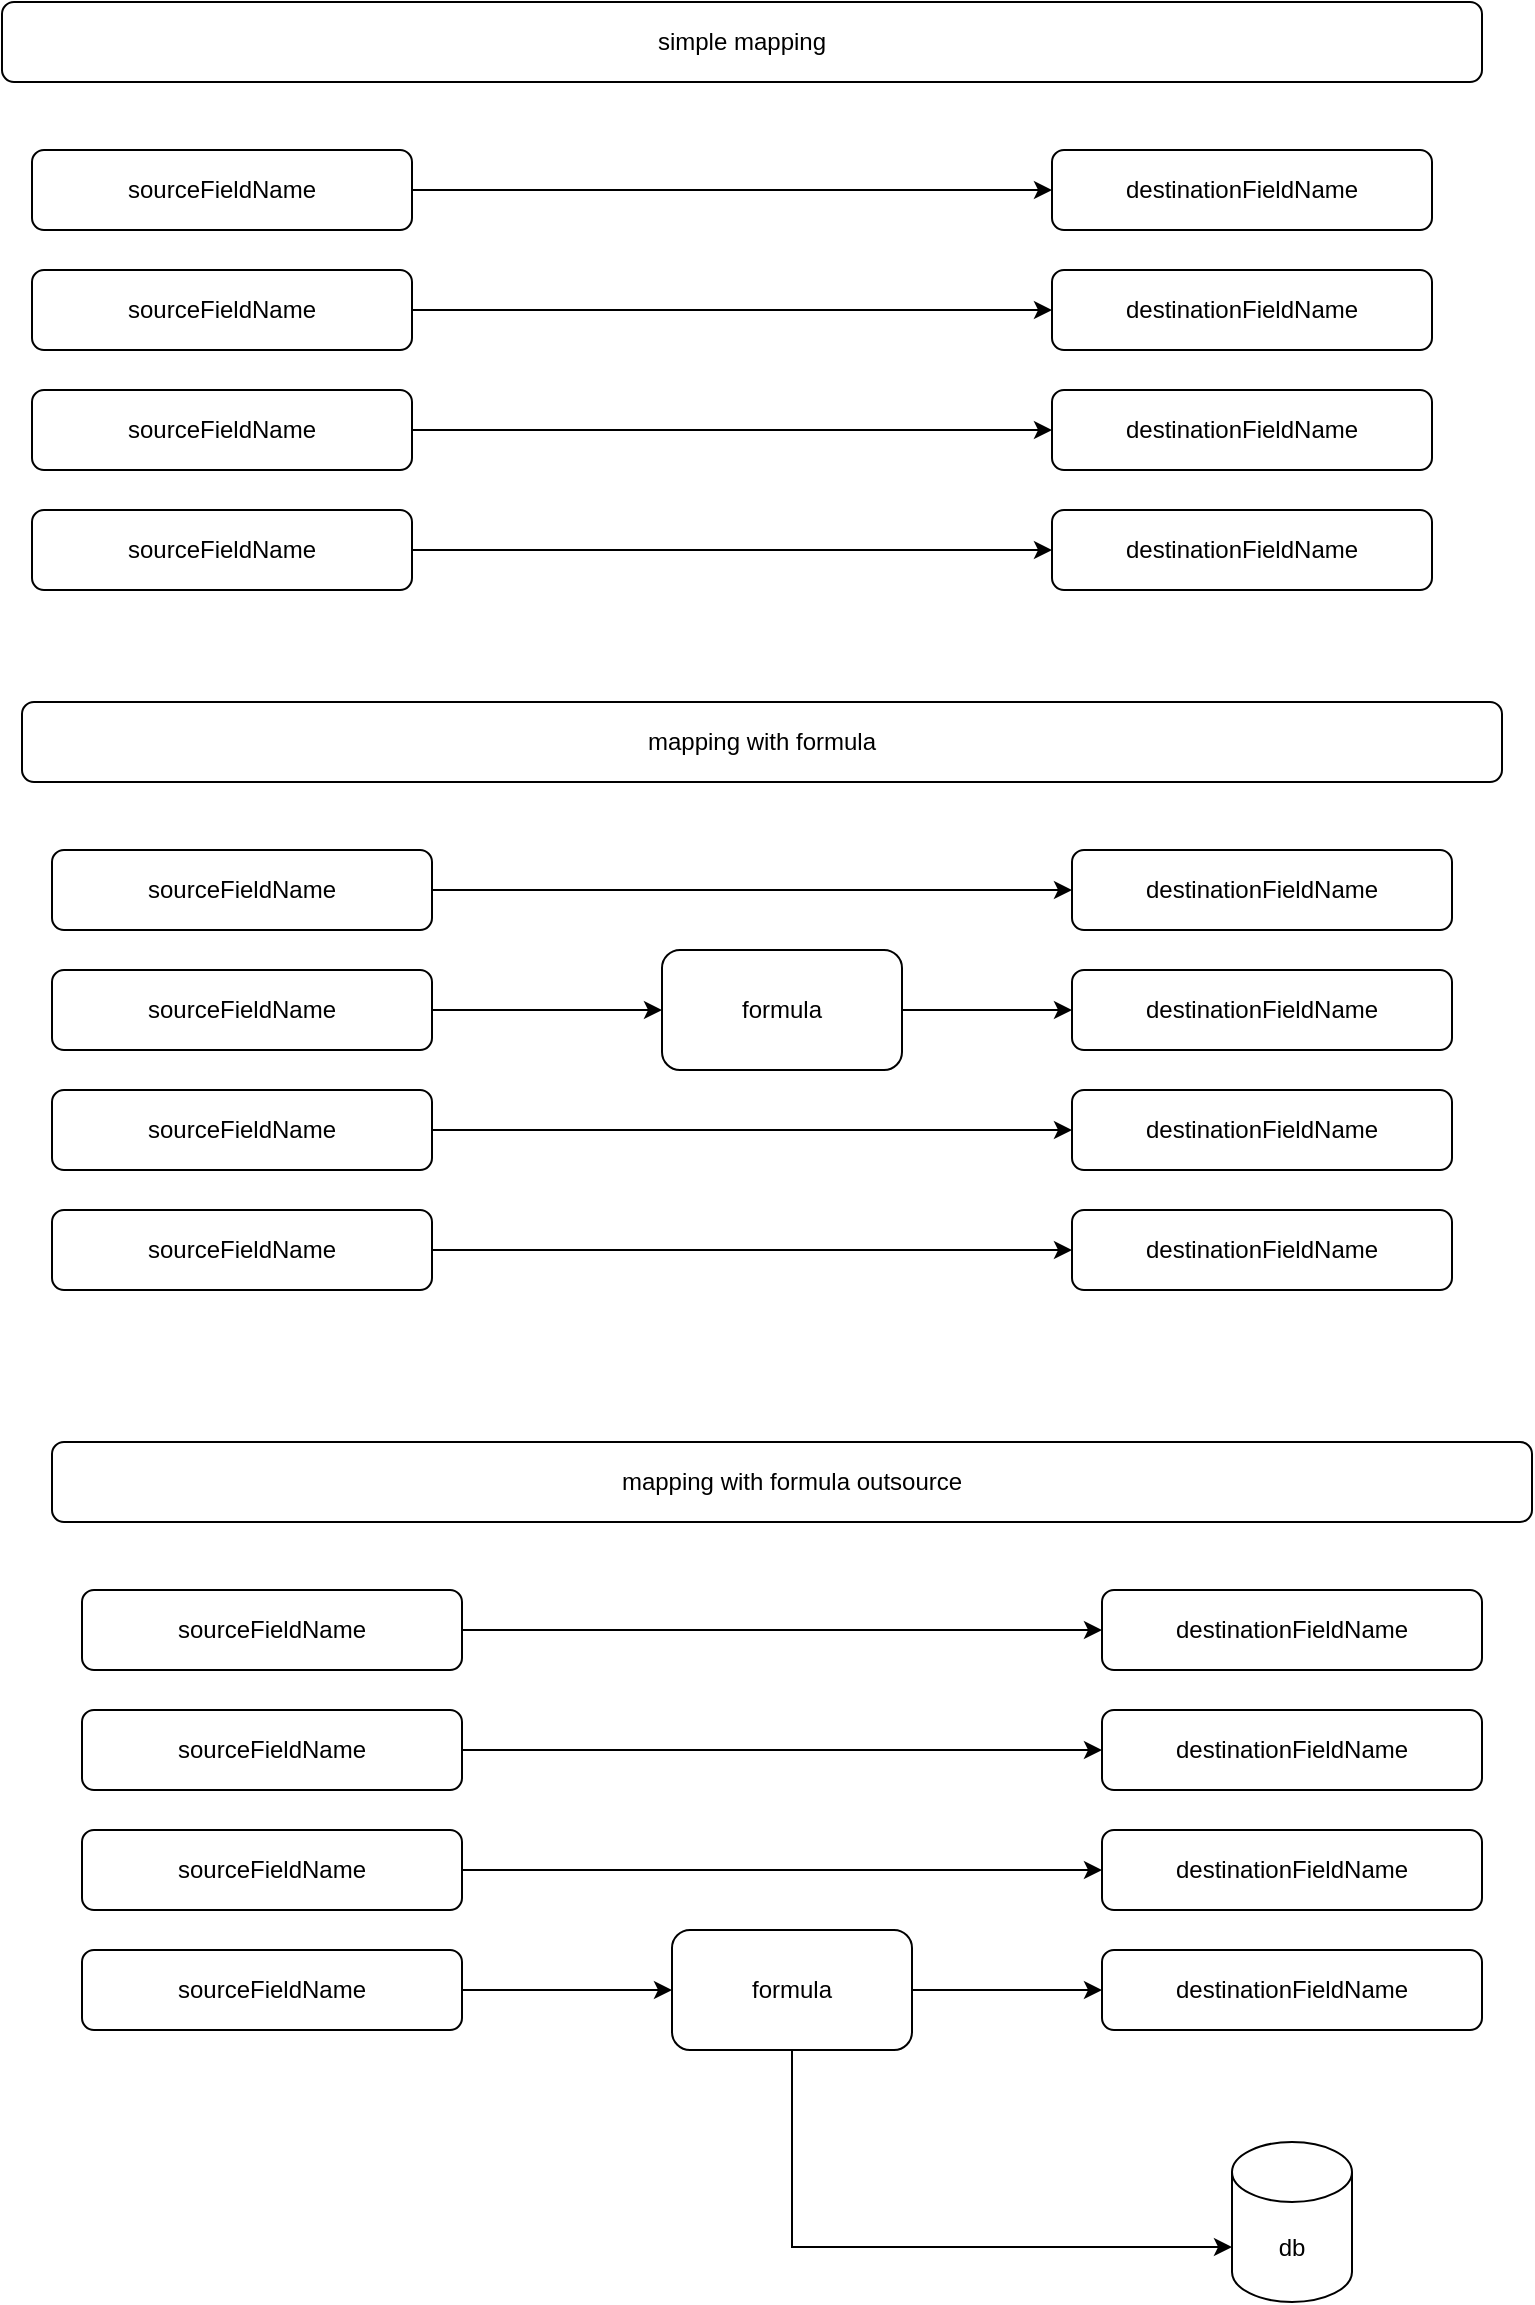
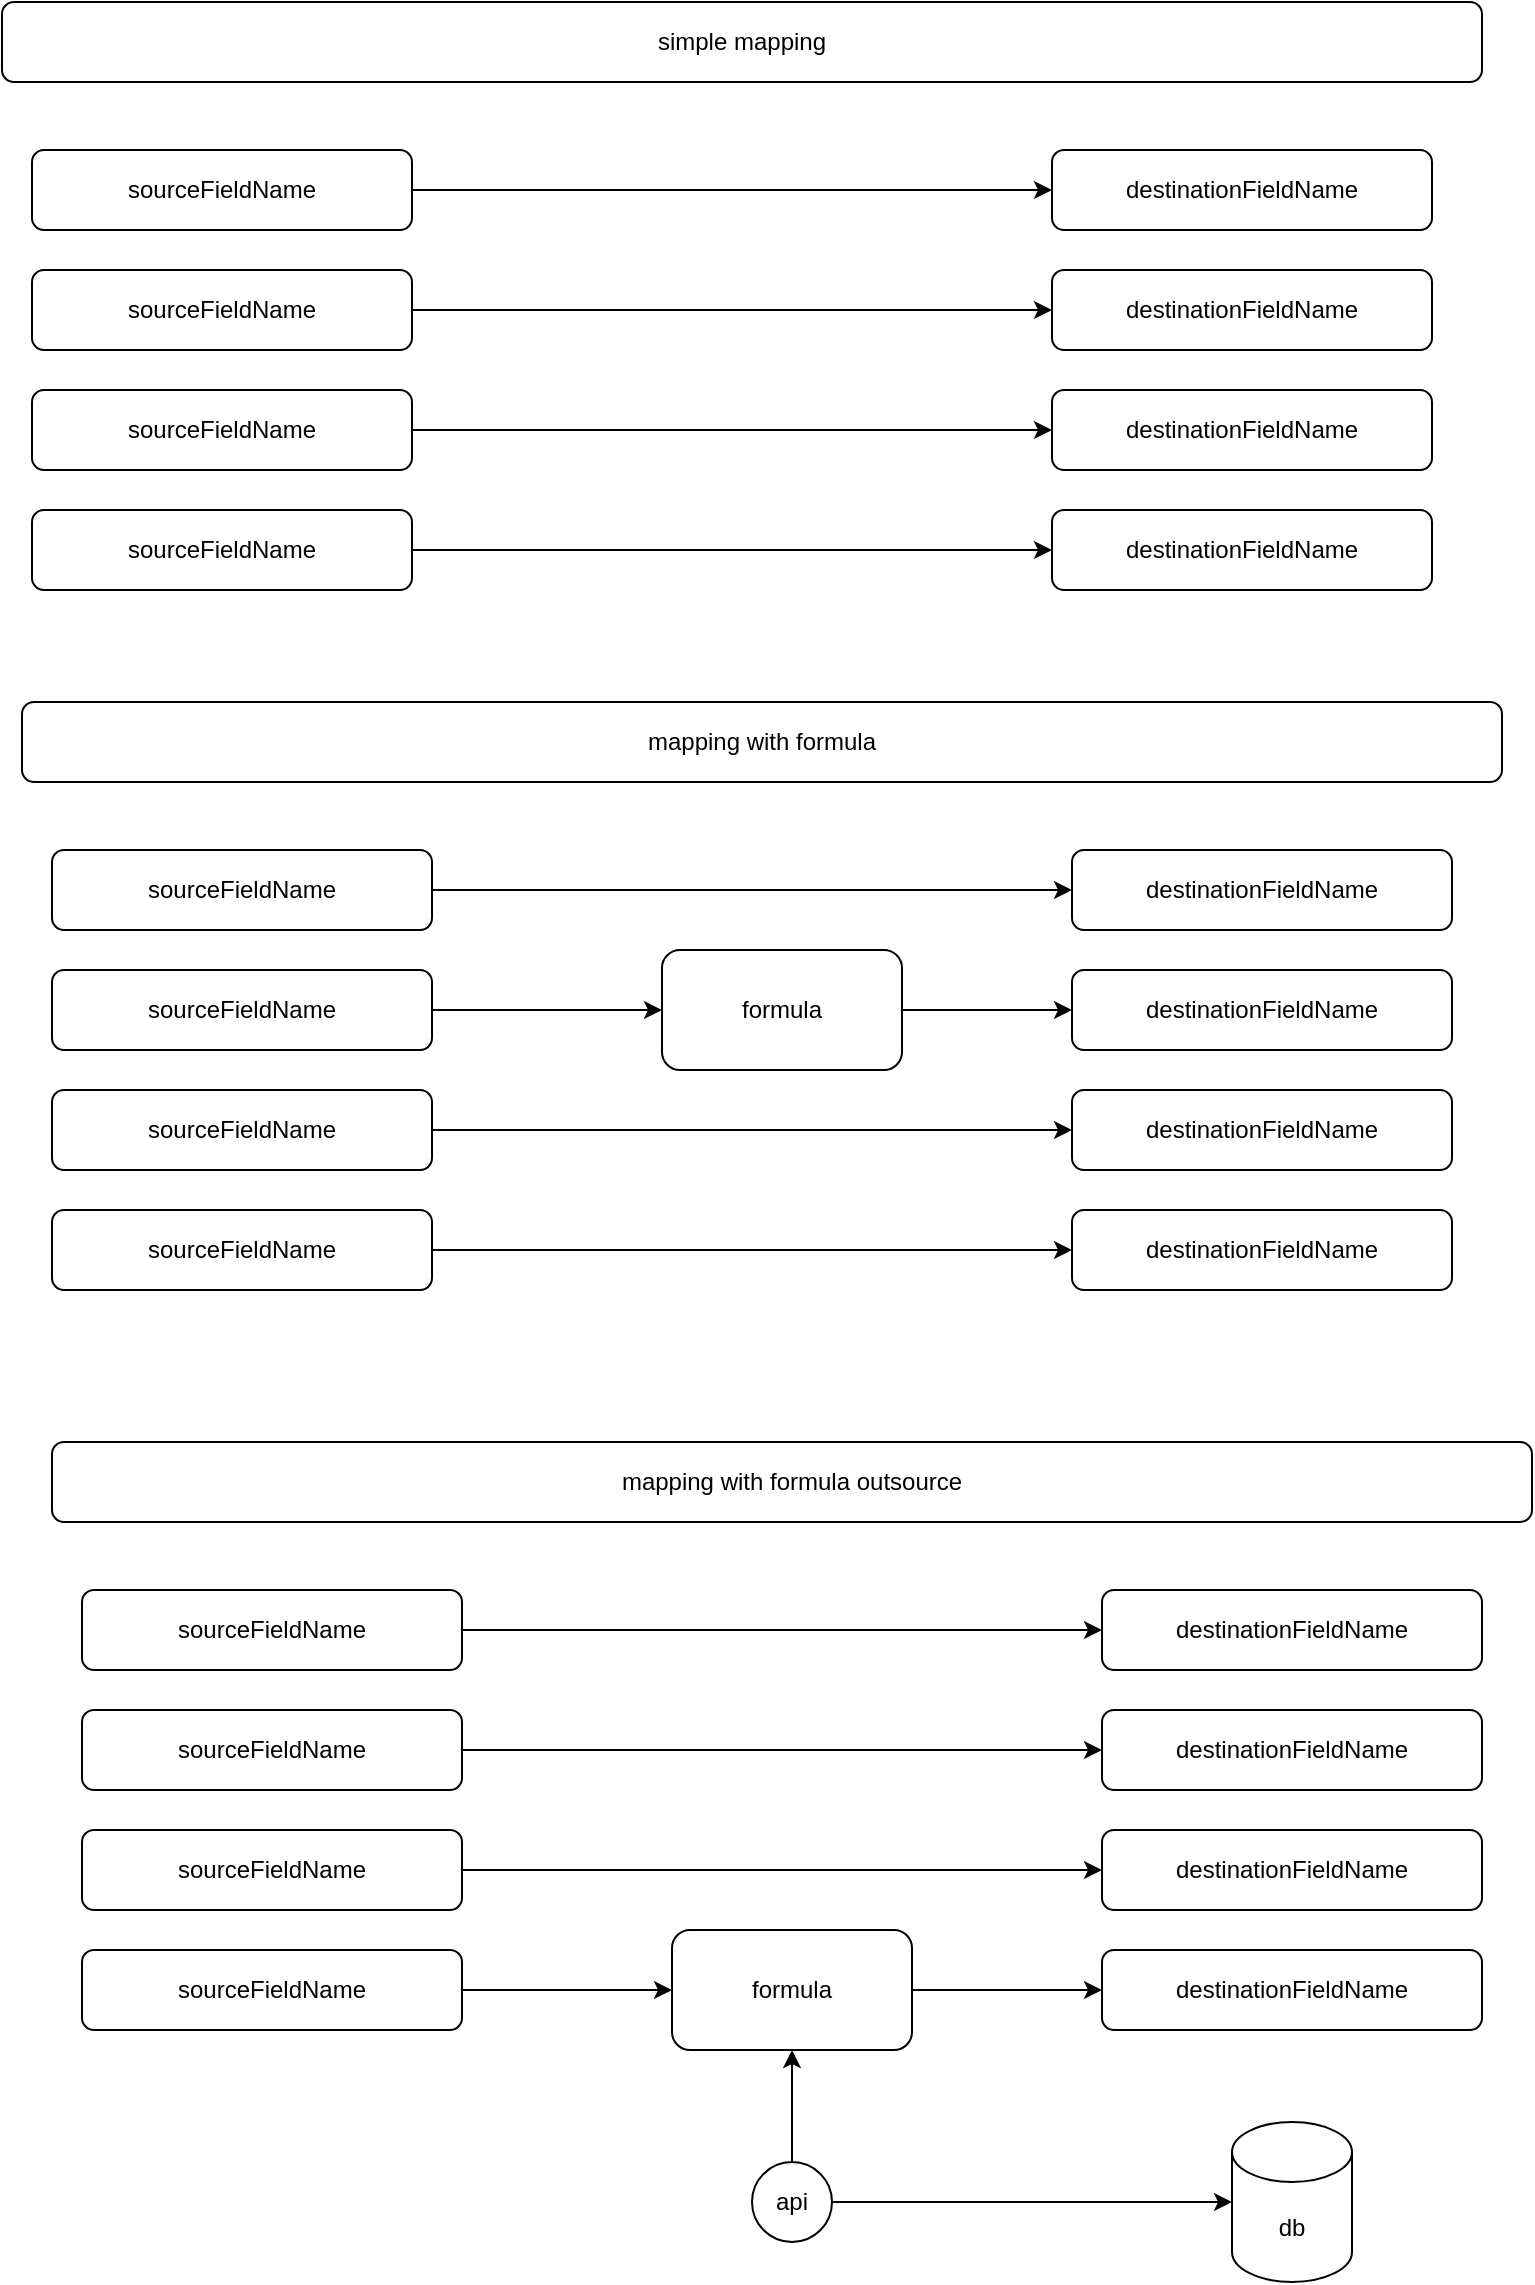
<mxfile host="app.diagrams.net">
  <diagram name="Page-1" id="w0qSyX79uqXvIxm3ApQV">
    <mxGraphModel dx="1030" dy="623" grid="1" gridSize="10" guides="1" tooltips="1" connect="1" arrows="1" fold="1" page="1" pageScale="1" pageWidth="850" pageHeight="1100" math="0" shadow="0">
      <root>
        <mxCell id="0" />
        <mxCell id="1" parent="0" />
        <mxCell id="C5vNhbu8yeIDAcz09rIj-13" parent="1" style="rounded=1;whiteSpace=wrap;html=1;" value="simple mapping" vertex="1">
          <mxGeometry height="40" width="740" x="60" y="30" as="geometry" />
        </mxCell>
        <mxCell id="C5vNhbu8yeIDAcz09rIj-9" edge="1" parent="1" source="C5vNhbu8yeIDAcz09rIj-1" style="edgeStyle=orthogonalEdgeStyle;rounded=0;orthogonalLoop=1;jettySize=auto;html=1;entryX=0;entryY=0.5;entryDx=0;entryDy=0;" target="C5vNhbu8yeIDAcz09rIj-5">
          <mxGeometry relative="1" as="geometry" />
        </mxCell>
        <mxCell id="C5vNhbu8yeIDAcz09rIj-1" parent="1" style="rounded=1;whiteSpace=wrap;html=1;" value="sourceFieldName" vertex="1">
          <mxGeometry height="40" width="190" x="75" y="104" as="geometry" />
        </mxCell>
        <mxCell id="C5vNhbu8yeIDAcz09rIj-10" edge="1" parent="1" source="C5vNhbu8yeIDAcz09rIj-2" style="edgeStyle=orthogonalEdgeStyle;rounded=0;orthogonalLoop=1;jettySize=auto;html=1;entryX=0;entryY=0.5;entryDx=0;entryDy=0;" target="C5vNhbu8yeIDAcz09rIj-6">
          <mxGeometry relative="1" as="geometry" />
        </mxCell>
        <mxCell id="C5vNhbu8yeIDAcz09rIj-2" parent="1" style="rounded=1;whiteSpace=wrap;html=1;" value="sourceFieldName" vertex="1">
          <mxGeometry height="40" width="190" x="75" y="164" as="geometry" />
        </mxCell>
        <mxCell id="C5vNhbu8yeIDAcz09rIj-11" edge="1" parent="1" source="C5vNhbu8yeIDAcz09rIj-3" style="edgeStyle=orthogonalEdgeStyle;rounded=0;orthogonalLoop=1;jettySize=auto;html=1;entryX=0;entryY=0.5;entryDx=0;entryDy=0;" target="C5vNhbu8yeIDAcz09rIj-7">
          <mxGeometry relative="1" as="geometry" />
        </mxCell>
        <mxCell id="C5vNhbu8yeIDAcz09rIj-3" parent="1" style="rounded=1;whiteSpace=wrap;html=1;" value="sourceFieldName" vertex="1">
          <mxGeometry height="40" width="190" x="75" y="224" as="geometry" />
        </mxCell>
        <mxCell id="C5vNhbu8yeIDAcz09rIj-12" edge="1" parent="1" source="C5vNhbu8yeIDAcz09rIj-4" style="edgeStyle=orthogonalEdgeStyle;rounded=0;orthogonalLoop=1;jettySize=auto;html=1;entryX=0;entryY=0.5;entryDx=0;entryDy=0;" target="C5vNhbu8yeIDAcz09rIj-8">
          <mxGeometry relative="1" as="geometry" />
        </mxCell>
        <mxCell id="C5vNhbu8yeIDAcz09rIj-4" parent="1" style="rounded=1;whiteSpace=wrap;html=1;" value="sourceFieldName" vertex="1">
          <mxGeometry height="40" width="190" x="75" y="284" as="geometry" />
        </mxCell>
        <mxCell id="C5vNhbu8yeIDAcz09rIj-5" parent="1" style="rounded=1;whiteSpace=wrap;html=1;" value="destinationFieldName" vertex="1">
          <mxGeometry height="40" width="190" x="585" y="104" as="geometry" />
        </mxCell>
        <mxCell id="C5vNhbu8yeIDAcz09rIj-6" parent="1" style="rounded=1;whiteSpace=wrap;html=1;" value="destinationFieldName" vertex="1">
          <mxGeometry height="40" width="190" x="585" y="164" as="geometry" />
        </mxCell>
        <mxCell id="C5vNhbu8yeIDAcz09rIj-7" parent="1" style="rounded=1;whiteSpace=wrap;html=1;" value="destinationFieldName" vertex="1">
          <mxGeometry height="40" width="190" x="585" y="224" as="geometry" />
        </mxCell>
        <mxCell id="C5vNhbu8yeIDAcz09rIj-8" parent="1" style="rounded=1;whiteSpace=wrap;html=1;" value="destinationFieldName" vertex="1">
          <mxGeometry height="40" width="190" x="585" y="284" as="geometry" />
        </mxCell>
        <mxCell id="C5vNhbu8yeIDAcz09rIj-14" parent="1" style="rounded=1;whiteSpace=wrap;html=1;" value="mapping with formula" vertex="1">
          <mxGeometry height="40" width="740" x="70" y="380" as="geometry" />
        </mxCell>
        <mxCell id="C5vNhbu8yeIDAcz09rIj-15" edge="1" parent="1" source="C5vNhbu8yeIDAcz09rIj-16" style="edgeStyle=orthogonalEdgeStyle;rounded=0;orthogonalLoop=1;jettySize=auto;html=1;entryX=0;entryY=0.5;entryDx=0;entryDy=0;" target="C5vNhbu8yeIDAcz09rIj-23">
          <mxGeometry relative="1" as="geometry" />
        </mxCell>
        <mxCell id="C5vNhbu8yeIDAcz09rIj-16" parent="1" style="rounded=1;whiteSpace=wrap;html=1;" value="sourceFieldName" vertex="1">
          <mxGeometry height="40" width="190" x="85" y="454" as="geometry" />
        </mxCell>
        <mxCell id="C5vNhbu8yeIDAcz09rIj-28" edge="1" parent="1" source="C5vNhbu8yeIDAcz09rIj-18" style="edgeStyle=orthogonalEdgeStyle;rounded=0;orthogonalLoop=1;jettySize=auto;html=1;entryX=0;entryY=0.5;entryDx=0;entryDy=0;" target="C5vNhbu8yeIDAcz09rIj-27">
          <mxGeometry relative="1" as="geometry" />
        </mxCell>
        <mxCell id="C5vNhbu8yeIDAcz09rIj-18" parent="1" style="rounded=1;whiteSpace=wrap;html=1;" value="sourceFieldName" vertex="1">
          <mxGeometry height="40" width="190" x="85" y="514" as="geometry" />
        </mxCell>
        <mxCell id="C5vNhbu8yeIDAcz09rIj-19" edge="1" parent="1" source="C5vNhbu8yeIDAcz09rIj-20" style="edgeStyle=orthogonalEdgeStyle;rounded=0;orthogonalLoop=1;jettySize=auto;html=1;entryX=0;entryY=0.5;entryDx=0;entryDy=0;" target="C5vNhbu8yeIDAcz09rIj-25">
          <mxGeometry relative="1" as="geometry" />
        </mxCell>
        <mxCell id="C5vNhbu8yeIDAcz09rIj-20" parent="1" style="rounded=1;whiteSpace=wrap;html=1;" value="sourceFieldName" vertex="1">
          <mxGeometry height="40" width="190" x="85" y="574" as="geometry" />
        </mxCell>
        <mxCell id="C5vNhbu8yeIDAcz09rIj-21" edge="1" parent="1" source="C5vNhbu8yeIDAcz09rIj-22" style="edgeStyle=orthogonalEdgeStyle;rounded=0;orthogonalLoop=1;jettySize=auto;html=1;entryX=0;entryY=0.5;entryDx=0;entryDy=0;" target="C5vNhbu8yeIDAcz09rIj-26">
          <mxGeometry relative="1" as="geometry" />
        </mxCell>
        <mxCell id="C5vNhbu8yeIDAcz09rIj-22" parent="1" style="rounded=1;whiteSpace=wrap;html=1;" value="sourceFieldName" vertex="1">
          <mxGeometry height="40" width="190" x="85" y="634" as="geometry" />
        </mxCell>
        <mxCell id="C5vNhbu8yeIDAcz09rIj-23" parent="1" style="rounded=1;whiteSpace=wrap;html=1;" value="destinationFieldName" vertex="1">
          <mxGeometry height="40" width="190" x="595" y="454" as="geometry" />
        </mxCell>
        <mxCell id="C5vNhbu8yeIDAcz09rIj-24" parent="1" style="rounded=1;whiteSpace=wrap;html=1;" value="destinationFieldName" vertex="1">
          <mxGeometry height="40" width="190" x="595" y="514" as="geometry" />
        </mxCell>
        <mxCell id="C5vNhbu8yeIDAcz09rIj-25" parent="1" style="rounded=1;whiteSpace=wrap;html=1;" value="destinationFieldName" vertex="1">
          <mxGeometry height="40" width="190" x="595" y="574" as="geometry" />
        </mxCell>
        <mxCell id="C5vNhbu8yeIDAcz09rIj-26" parent="1" style="rounded=1;whiteSpace=wrap;html=1;" value="destinationFieldName" vertex="1">
          <mxGeometry height="40" width="190" x="595" y="634" as="geometry" />
        </mxCell>
        <mxCell id="C5vNhbu8yeIDAcz09rIj-29" edge="1" parent="1" source="C5vNhbu8yeIDAcz09rIj-27" style="edgeStyle=orthogonalEdgeStyle;rounded=0;orthogonalLoop=1;jettySize=auto;html=1;entryX=0;entryY=0.5;entryDx=0;entryDy=0;" target="C5vNhbu8yeIDAcz09rIj-24">
          <mxGeometry relative="1" as="geometry">
            <mxPoint x="590" y="534" as="targetPoint" />
          </mxGeometry>
        </mxCell>
        <mxCell id="C5vNhbu8yeIDAcz09rIj-27" parent="1" style="rounded=1;whiteSpace=wrap;html=1;" value="formula" vertex="1">
          <mxGeometry height="60" width="120" x="390" y="504" as="geometry" />
        </mxCell>
        <mxCell id="C5vNhbu8yeIDAcz09rIj-30" parent="1" style="rounded=1;whiteSpace=wrap;html=1;" value="mapping with formula outsource" vertex="1">
          <mxGeometry height="40" width="740" x="85" y="750" as="geometry" />
        </mxCell>
        <mxCell id="C5vNhbu8yeIDAcz09rIj-31" edge="1" parent="1" source="C5vNhbu8yeIDAcz09rIj-32" style="edgeStyle=orthogonalEdgeStyle;rounded=0;orthogonalLoop=1;jettySize=auto;html=1;entryX=0;entryY=0.5;entryDx=0;entryDy=0;" target="C5vNhbu8yeIDAcz09rIj-39">
          <mxGeometry relative="1" as="geometry" />
        </mxCell>
        <mxCell id="C5vNhbu8yeIDAcz09rIj-32" parent="1" style="rounded=1;whiteSpace=wrap;html=1;" value="sourceFieldName" vertex="1">
          <mxGeometry height="40" width="190" x="100" y="824" as="geometry" />
        </mxCell>
        <mxCell id="C5vNhbu8yeIDAcz09rIj-33" edge="1" parent="1" source="C5vNhbu8yeIDAcz09rIj-34" style="edgeStyle=orthogonalEdgeStyle;rounded=0;orthogonalLoop=1;jettySize=auto;html=1;entryX=0;entryY=0.5;entryDx=0;entryDy=0;" target="C5vNhbu8yeIDAcz09rIj-40">
          <mxGeometry relative="1" as="geometry">
            <mxPoint x="405" y="904" as="targetPoint" />
          </mxGeometry>
        </mxCell>
        <mxCell id="C5vNhbu8yeIDAcz09rIj-34" parent="1" style="rounded=1;whiteSpace=wrap;html=1;" value="sourceFieldName" vertex="1">
          <mxGeometry height="40" width="190" x="100" y="884" as="geometry" />
        </mxCell>
        <mxCell id="C5vNhbu8yeIDAcz09rIj-35" edge="1" parent="1" source="C5vNhbu8yeIDAcz09rIj-36" style="edgeStyle=orthogonalEdgeStyle;rounded=0;orthogonalLoop=1;jettySize=auto;html=1;entryX=0;entryY=0.5;entryDx=0;entryDy=0;" target="C5vNhbu8yeIDAcz09rIj-41">
          <mxGeometry relative="1" as="geometry" />
        </mxCell>
        <mxCell id="C5vNhbu8yeIDAcz09rIj-36" parent="1" style="rounded=1;whiteSpace=wrap;html=1;" value="sourceFieldName" vertex="1">
          <mxGeometry height="40" width="190" x="100" y="944" as="geometry" />
        </mxCell>
        <mxCell id="C5vNhbu8yeIDAcz09rIj-47" edge="1" parent="1" source="C5vNhbu8yeIDAcz09rIj-38" style="edgeStyle=orthogonalEdgeStyle;rounded=0;orthogonalLoop=1;jettySize=auto;html=1;entryX=0;entryY=0.5;entryDx=0;entryDy=0;" target="C5vNhbu8yeIDAcz09rIj-46">
          <mxGeometry relative="1" as="geometry" />
        </mxCell>
        <mxCell id="C5vNhbu8yeIDAcz09rIj-38" parent="1" style="rounded=1;whiteSpace=wrap;html=1;" value="sourceFieldName" vertex="1">
          <mxGeometry height="40" width="190" x="100" y="1004" as="geometry" />
        </mxCell>
        <mxCell id="C5vNhbu8yeIDAcz09rIj-39" parent="1" style="rounded=1;whiteSpace=wrap;html=1;" value="destinationFieldName" vertex="1">
          <mxGeometry height="40" width="190" x="610" y="824" as="geometry" />
        </mxCell>
        <mxCell id="C5vNhbu8yeIDAcz09rIj-40" parent="1" style="rounded=1;whiteSpace=wrap;html=1;" value="destinationFieldName" vertex="1">
          <mxGeometry height="40" width="190" x="610" y="884" as="geometry" />
        </mxCell>
        <mxCell id="C5vNhbu8yeIDAcz09rIj-41" parent="1" style="rounded=1;whiteSpace=wrap;html=1;" value="destinationFieldName" vertex="1">
          <mxGeometry height="40" width="190" x="610" y="944" as="geometry" />
        </mxCell>
        <mxCell id="C5vNhbu8yeIDAcz09rIj-42" parent="1" style="rounded=1;whiteSpace=wrap;html=1;" value="destinationFieldName" vertex="1">
          <mxGeometry height="40" width="190" x="610" y="1004" as="geometry" />
        </mxCell>
        <mxCell id="C5vNhbu8yeIDAcz09rIj-45" parent="1" style="shape=cylinder3;whiteSpace=wrap;html=1;boundedLbl=1;backgroundOutline=1;size=15;" value="db" vertex="1">
-           <mxGeometry height="80" width="60" x="675" y="1100" as="geometry" />
+           <mxGeometry height="80" width="60" x="675" y="1090" as="geometry" />
        </mxCell>
        <mxCell id="C5vNhbu8yeIDAcz09rIj-49" edge="1" parent="1" source="C5vNhbu8yeIDAcz09rIj-46" style="edgeStyle=orthogonalEdgeStyle;rounded=0;orthogonalLoop=1;jettySize=auto;html=1;entryX=0;entryY=0.5;entryDx=0;entryDy=0;" target="C5vNhbu8yeIDAcz09rIj-42">
          <mxGeometry relative="1" as="geometry" />
        </mxCell>
        <mxCell id="C5vNhbu8yeIDAcz09rIj-46" parent="1" style="rounded=1;whiteSpace=wrap;html=1;" value="formula" vertex="1">
          <mxGeometry height="60" width="120" x="395" y="994" as="geometry" />
        </mxCell>
-         <mxCell id="C5vNhbu8yeIDAcz09rIj-48" edge="1" parent="1" source="C5vNhbu8yeIDAcz09rIj-46" style="edgeStyle=orthogonalEdgeStyle;rounded=0;orthogonalLoop=1;jettySize=auto;html=1;entryX=0;entryY=0;entryDx=0;entryDy=52.5;entryPerimeter=0;" target="C5vNhbu8yeIDAcz09rIj-45">
-           <mxGeometry relative="1" as="geometry">
-             <Array as="points">
-               <mxPoint x="455" y="1153" />
-             </Array>
-           </mxGeometry>
+         <mxCell id="C5vNhbu8yeIDAcz09rIj-51" edge="1" parent="1" source="C5vNhbu8yeIDAcz09rIj-50" style="edgeStyle=orthogonalEdgeStyle;rounded=0;orthogonalLoop=1;jettySize=auto;html=1;entryX=0.5;entryY=1;entryDx=0;entryDy=0;" target="C5vNhbu8yeIDAcz09rIj-46">
+           <mxGeometry relative="1" as="geometry" />
+         </mxCell>
+         <mxCell id="C5vNhbu8yeIDAcz09rIj-50" parent="1" style="ellipse;whiteSpace=wrap;html=1;aspect=fixed;" value="api" vertex="1">
+           <mxGeometry height="40" width="40" x="435" y="1110" as="geometry" />
+         </mxCell>
+         <mxCell id="C5vNhbu8yeIDAcz09rIj-52" edge="1" parent="1" source="C5vNhbu8yeIDAcz09rIj-50" style="edgeStyle=orthogonalEdgeStyle;rounded=0;orthogonalLoop=1;jettySize=auto;html=1;entryX=0;entryY=0.5;entryDx=0;entryDy=0;entryPerimeter=0;" target="C5vNhbu8yeIDAcz09rIj-45">
+           <mxGeometry relative="1" as="geometry" />
        </mxCell>
      </root>
    </mxGraphModel>
  </diagram>
</mxfile>
